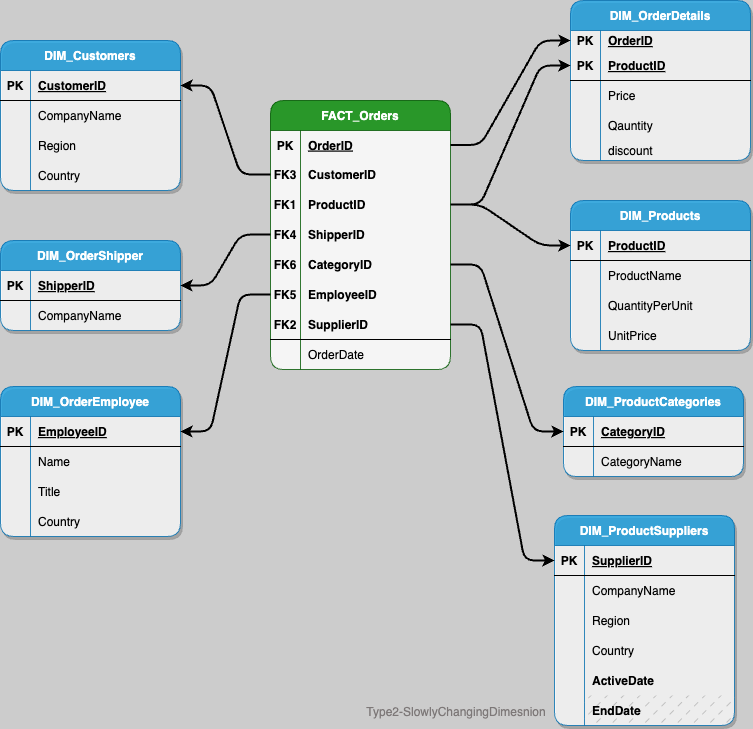
The draw.io diagram Evidence/5. Schema.png in BeTKH/DataModeling-Project, before a commit. Source tidied: cells renumbered, new cells last; positions are measured from the earlier drawing's top-left corner, leaving out a move shared by most shapes.
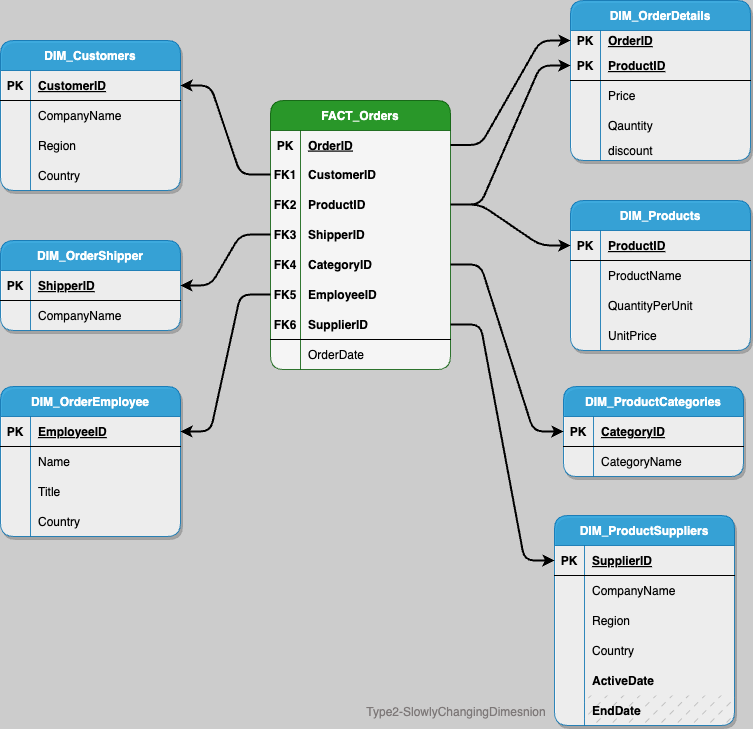
Above is the later version.

What changed in the source:
```diff
@@ -17,7 +17,7 @@
     <mxCell id="6" style="shape=tableRow;horizontal=0;startSize=0;swimlaneHead=0;swimlaneBody=0;fillColor=none;points=[[0,0.5],[1,0.5]];portConstraint=eastwest;top=0;left=0;right=0;bottom=1;swimlaneLine=0;strokeColor=none;" parent="2" vertex="1">
       <mxGeometry y="59" width="180" height="30" as="geometry" />
     </mxCell>
-    <mxCell id="7" value="FK3" style="shape=partialRectangle;fillColor=none;top=0;left=0;bottom=0;right=0;fontStyle=1;overflow=hidden;" parent="6" vertex="1">
+    <mxCell id="7" value="FK1" style="shape=partialRectangle;fillColor=none;top=0;left=0;bottom=0;right=0;fontStyle=1;overflow=hidden;" parent="6" vertex="1">
       <mxGeometry width="30" height="30" as="geometry" />
     </mxCell>
     <mxCell id="8" value="CustomerID" style="shape=partialRectangle;fillColor=none;top=0;left=0;bottom=0;right=0;align=left;spacingLeft=6;fontStyle=1;overflow=hidden;" parent="6" vertex="1">
@@ -26,7 +26,7 @@
     <mxCell id="9" style="shape=tableRow;horizontal=0;startSize=0;swimlaneHead=0;swimlaneBody=0;fillColor=none;points=[[0,0.5],[1,0.5]];portConstraint=eastwest;top=0;left=0;right=0;bottom=1;strokeColor=none;" parent="2" vertex="1">
       <mxGeometry y="89" width="180" height="30" as="geometry" />
     </mxCell>
-    <mxCell id="10" value="FK1" style="shape=partialRectangle;fillColor=none;top=0;left=0;bottom=0;right=0;fontStyle=1;overflow=hidden;" parent="9" vertex="1">
+    <mxCell id="10" value="FK2" style="shape=partialRectangle;fillColor=none;top=0;left=0;bottom=0;right=0;fontStyle=1;overflow=hidden;" parent="9" vertex="1">
       <mxGeometry width="30" height="30" as="geometry" />
     </mxCell>
     <mxCell id="11" value="ProductID" style="shape=partialRectangle;fillColor=none;top=0;left=0;bottom=0;right=0;align=left;spacingLeft=6;fontStyle=1;overflow=hidden;" parent="9" vertex="1">
@@ -35,7 +35,7 @@
     <mxCell id="12" style="shape=tableRow;horizontal=0;startSize=0;swimlaneHead=0;swimlaneBody=0;fillColor=none;points=[[0,0.5],[1,0.5]];portConstraint=eastwest;top=0;left=0;right=0;bottom=1;strokeColor=none;" parent="2" vertex="1">
       <mxGeometry y="119" width="180" height="30" as="geometry" />
     </mxCell>
-    <mxCell id="13" value="FK4" style="shape=partialRectangle;fillColor=none;top=0;left=0;bottom=0;right=0;fontStyle=1;overflow=hidden;" parent="12" vertex="1">
+    <mxCell id="13" value="FK3" style="shape=partialRectangle;fillColor=none;top=0;left=0;bottom=0;right=0;fontStyle=1;overflow=hidden;" parent="12" vertex="1">
       <mxGeometry width="30" height="30" as="geometry" />
     </mxCell>
     <mxCell id="14" value="ShipperID" style="shape=partialRectangle;fillColor=none;top=0;left=0;bottom=0;right=0;align=left;spacingLeft=6;fontStyle=1;overflow=hidden;" parent="12" vertex="1">
@@ -44,7 +44,7 @@
     <mxCell id="15" style="shape=tableRow;horizontal=0;startSize=0;swimlaneHead=0;swimlaneBody=0;fillColor=none;points=[[0,0.5],[1,0.5]];portConstraint=eastwest;top=0;left=0;right=0;bottom=1;strokeColor=none;" parent="2" vertex="1">
       <mxGeometry y="149" width="180" height="30" as="geometry" />
     </mxCell>
-    <mxCell id="16" value="FK6" style="shape=partialRectangle;fillColor=none;top=0;left=0;bottom=0;right=0;fontStyle=1;overflow=hidden;" parent="15" vertex="1">
+    <mxCell id="16" value="FK4" style="shape=partialRectangle;fillColor=none;top=0;left=0;bottom=0;right=0;fontStyle=1;overflow=hidden;" parent="15" vertex="1">
       <mxGeometry width="30" height="30" as="geometry" />
     </mxCell>
     <mxCell id="17" value="CategoryID" style="shape=partialRectangle;fillColor=none;top=0;left=0;bottom=0;right=0;align=left;spacingLeft=6;fontStyle=1;overflow=hidden;" parent="15" vertex="1">
@@ -62,7 +62,7 @@
     <mxCell id="21" style="shape=tableRow;horizontal=0;startSize=0;swimlaneHead=0;swimlaneBody=0;fillColor=none;points=[[0,0.5],[1,0.5]];portConstraint=eastwest;top=0;left=0;right=0;bottom=1;strokeColor=default;" parent="2" vertex="1">
       <mxGeometry y="209" width="180" height="30" as="geometry" />
     </mxCell>
-    <mxCell id="22" value="FK2" style="shape=partialRectangle;fillColor=none;top=0;left=0;bottom=0;right=0;fontStyle=1;overflow=hidden;" parent="21" vertex="1">
+    <mxCell id="22" value="FK6" style="shape=partialRectangle;fillColor=none;top=0;left=0;bottom=0;right=0;fontStyle=1;overflow=hidden;" parent="21" vertex="1">
       <mxGeometry width="30" height="30" as="geometry" />
     </mxCell>
     <mxCell id="23" value="SupplierID" style="shape=partialRectangle;fillColor=none;top=0;left=0;bottom=0;right=0;align=left;spacingLeft=6;fontStyle=1;overflow=hidden;" parent="21" vertex="1">
```
